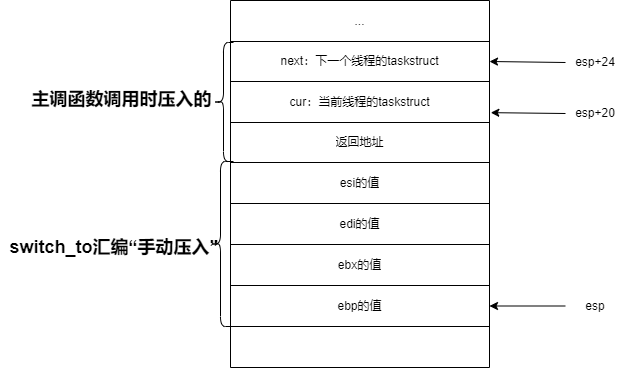
Above: OS/多线程调度.drawio.png in SixPlusAndTimes/drawio (draw.io), before the change. Source tidied: cells renumbered, new cells last; positions are measured from the earlier drawing's top-left corner, leaving out a move shared by most shapes.
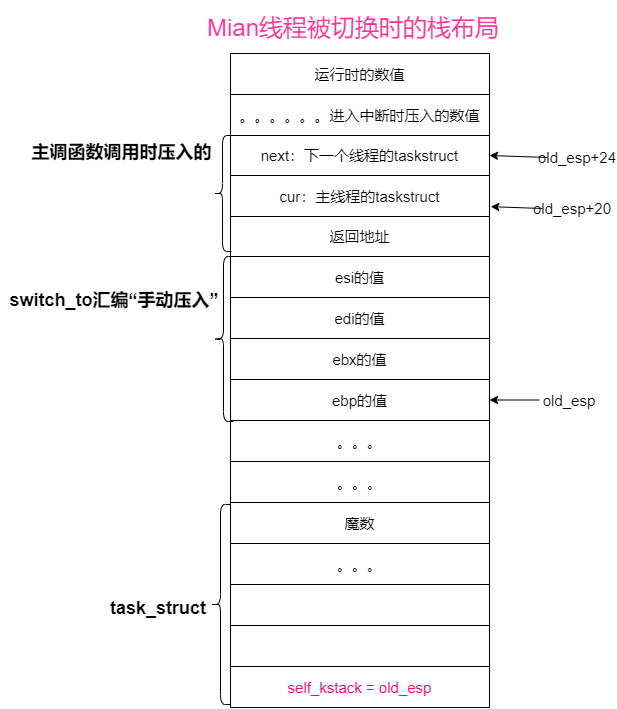
The same diagram one commit later.

Commit message:
Update 多线程调度.drawio.png

The edit, as a diff of the source:
```diff
@@ -2,92 +2,143 @@
   <root>
     <mxCell id="0" />
     <mxCell id="1" parent="0" />
-    <mxCell id="2" style="shape=table;startSize=0;" parent="1" vertex="1">
-      <mxGeometry x="171" width="259" height="367" as="geometry" />
+    <mxCell id="2" style="shape=table;startSize=0;fontSize=15;" parent="1" vertex="1">
+      <mxGeometry x="171" width="259" height="654" as="geometry" />
     </mxCell>
+    <mxCell id="31" style="shape=tableRow;horizontal=0;startSize=0;swimlaneHead=0;swimlaneBody=0;top=0;left=0;bottom=0;right=0;fillColor=none;fontSize=15;" parent="2" vertex="1">
+      <mxGeometry width="259" height="41" as="geometry" />
+    </mxCell>
+    <mxCell id="32" value="运行时的数值" style="shape=partialRectangle;html=1;whiteSpace=wrap;overflow=hidden;fillColor=none;top=0;left=0;bottom=0;right=0;fontSize=15;" parent="31" vertex="1">
+      <mxGeometry width="259" height="41" as="geometry" />
+    </mxCell>
-    <mxCell id="3" style="shape=tableRow;horizontal=0;startSize=0;swimlaneHead=0;swimlaneBody=0;top=0;left=0;bottom=0;right=0;fillColor=none;" parent="2" vertex="1">
-      <mxGeometry width="259" height="41" as="geometry" />
+    <mxCell id="3" style="shape=tableRow;horizontal=0;startSize=0;swimlaneHead=0;swimlaneBody=0;top=0;left=0;bottom=0;right=0;fillColor=none;fontSize=15;" parent="2" vertex="1">
+      <mxGeometry y="41" width="259" height="41" as="geometry" />
     </mxCell>
-    <mxCell id="4" value="..." style="shape=partialRectangle;html=1;whiteSpace=wrap;overflow=hidden;fillColor=none;top=0;left=0;bottom=0;right=0;" parent="3" vertex="1">
+    <mxCell id="4" value="。。。。。。进入中断时压入的数值" style="shape=partialRectangle;html=1;whiteSpace=wrap;overflow=hidden;fillColor=none;top=0;left=0;bottom=0;right=0;fontSize=15;" parent="3" vertex="1">
       <mxGeometry width="259" height="41" as="geometry" />
     </mxCell>
-    <mxCell id="5" style="shape=tableRow;horizontal=0;startSize=0;swimlaneHead=0;swimlaneBody=0;top=0;left=0;bottom=0;right=0;fillColor=none;points=[[0,0.5],[1,0.5]];portConstraint=eastwest;" parent="2" vertex="1">
-      <mxGeometry y="41" width="259" height="40" as="geometry" />
+    <mxCell id="5" style="shape=tableRow;horizontal=0;startSize=0;swimlaneHead=0;swimlaneBody=0;top=0;left=0;bottom=0;right=0;fillColor=none;points=[[0,0.5],[1,0.5]];portConstraint=eastwest;fontSize=15;" parent="2" vertex="1">
+      <mxGeometry y="82" width="259" height="40" as="geometry" />
     </mxCell>
-    <mxCell id="6" value="next：下一个线程的taskstruct" style="shape=partialRectangle;html=1;whiteSpace=wrap;overflow=hidden;fillColor=none;top=0;left=0;bottom=0;right=0;" parent="5" vertex="1">
+    <mxCell id="6" value="next：下一个线程的taskstruct" style="shape=partialRectangle;html=1;whiteSpace=wrap;overflow=hidden;fillColor=none;top=0;left=0;bottom=0;right=0;fontSize=15;" parent="5" vertex="1">
       <mxGeometry width="259" height="40" as="geometry" />
     </mxCell>
-    <mxCell id="7" style="shape=tableRow;horizontal=0;startSize=0;swimlaneHead=0;swimlaneBody=0;top=0;left=0;bottom=0;right=0;fillColor=none;points=[[0,0.5],[1,0.5]];portConstraint=eastwest;" parent="2" vertex="1">
-      <mxGeometry y="81" width="259" height="41" as="geometry" />
+    <mxCell id="7" style="shape=tableRow;horizontal=0;startSize=0;swimlaneHead=0;swimlaneBody=0;top=0;left=0;bottom=0;right=0;fillColor=none;points=[[0,0.5],[1,0.5]];portConstraint=eastwest;fontSize=15;" parent="2" vertex="1">
+      <mxGeometry y="122" width="259" height="41" as="geometry" />
     </mxCell>
-    <mxCell id="8" value="cur：当前线程的taskstruct" style="shape=partialRectangle;html=1;whiteSpace=wrap;overflow=hidden;fillColor=none;top=0;left=0;bottom=0;right=0;" parent="7" vertex="1">
+    <mxCell id="8" value="cur：主线程的taskstruct" style="shape=partialRectangle;html=1;whiteSpace=wrap;overflow=hidden;fillColor=none;top=0;left=0;bottom=0;right=0;fontSize=15;" parent="7" vertex="1">
       <mxGeometry width="259" height="41" as="geometry" />
     </mxCell>
-    <mxCell id="9" style="shape=tableRow;horizontal=0;startSize=0;swimlaneHead=0;swimlaneBody=0;top=0;left=0;bottom=0;right=0;fillColor=none;" parent="2" vertex="1">
-      <mxGeometry y="122" width="259" height="40" as="geometry" />
+    <mxCell id="9" style="shape=tableRow;horizontal=0;startSize=0;swimlaneHead=0;swimlaneBody=0;top=0;left=0;bottom=0;right=0;fillColor=none;fontSize=15;" parent="2" vertex="1">
+      <mxGeometry y="163" width="259" height="40" as="geometry" />
     </mxCell>
-    <mxCell id="10" value="返回地址" style="shape=partialRectangle;html=1;whiteSpace=wrap;overflow=hidden;fillColor=none;top=0;left=0;bottom=0;right=0;" parent="9" vertex="1">
+    <mxCell id="10" value="返回地址" style="shape=partialRectangle;html=1;whiteSpace=wrap;overflow=hidden;fillColor=none;top=0;left=0;bottom=0;right=0;fontSize=15;" parent="9" vertex="1">
       <mxGeometry width="259" height="40" as="geometry" />
     </mxCell>
-    <mxCell id="11" style="shape=tableRow;horizontal=0;startSize=0;swimlaneHead=0;swimlaneBody=0;top=0;left=0;bottom=0;right=0;fillColor=none;" parent="2" vertex="1">
-      <mxGeometry y="162" width="259" height="41" as="geometry" />
+    <mxCell id="11" style="shape=tableRow;horizontal=0;startSize=0;swimlaneHead=0;swimlaneBody=0;top=0;left=0;bottom=0;right=0;fillColor=none;fontSize=15;" parent="2" vertex="1">
+      <mxGeometry y="203" width="259" height="41" as="geometry" />
     </mxCell>
-    <mxCell id="12" value="esi的值" style="shape=partialRectangle;html=1;whiteSpace=wrap;overflow=hidden;fillColor=none;top=0;left=0;bottom=0;right=0;" parent="11" vertex="1">
+    <mxCell id="12" value="esi的值" style="shape=partialRectangle;html=1;whiteSpace=wrap;overflow=hidden;fillColor=none;top=0;left=0;bottom=0;right=0;fontSize=15;" parent="11" vertex="1">
       <mxGeometry width="259" height="41" as="geometry" />
     </mxCell>
-    <mxCell id="13" style="shape=tableRow;horizontal=0;startSize=0;swimlaneHead=0;swimlaneBody=0;top=0;left=0;bottom=0;right=0;fillColor=none;" parent="2" vertex="1">
-      <mxGeometry y="203" width="259" height="41" as="geometry" />
+    <mxCell id="13" style="shape=tableRow;horizontal=0;startSize=0;swimlaneHead=0;swimlaneBody=0;top=0;left=0;bottom=0;right=0;fillColor=none;fontSize=15;" parent="2" vertex="1">
+      <mxGeometry y="244" width="259" height="41" as="geometry" />
     </mxCell>
-    <mxCell id="14" value="&lt;span style=&quot;&quot;&gt;edi的值&lt;/span&gt;" style="shape=partialRectangle;html=1;whiteSpace=wrap;overflow=hidden;fillColor=none;top=0;left=0;bottom=0;right=0;" parent="13" vertex="1">
+    <mxCell id="14" value="&lt;span style=&quot;font-size: 15px;&quot;&gt;edi的值&lt;/span&gt;" style="shape=partialRectangle;html=1;whiteSpace=wrap;overflow=hidden;fillColor=none;top=0;left=0;bottom=0;right=0;fontSize=15;" parent="13" vertex="1">
       <mxGeometry width="259" height="41" as="geometry" />
     </mxCell>
-    <mxCell id="15" style="shape=tableRow;horizontal=0;startSize=0;swimlaneHead=0;swimlaneBody=0;top=0;left=0;bottom=0;right=0;fillColor=none;" parent="2" vertex="1">
-      <mxGeometry y="244" width="259" height="41" as="geometry" />
+    <mxCell id="15" style="shape=tableRow;horizontal=0;startSize=0;swimlaneHead=0;swimlaneBody=0;top=0;left=0;bottom=0;right=0;fillColor=none;fontSize=15;" parent="2" vertex="1">
+      <mxGeometry y="285" width="259" height="41" as="geometry" />
     </mxCell>
-    <mxCell id="16" value="ebx的值" style="shape=partialRectangle;html=1;whiteSpace=wrap;overflow=hidden;fillColor=none;top=0;left=0;bottom=0;right=0;" parent="15" vertex="1">
+    <mxCell id="16" value="ebx的值" style="shape=partialRectangle;html=1;whiteSpace=wrap;overflow=hidden;fillColor=none;top=0;left=0;bottom=0;right=0;fontSize=15;" parent="15" vertex="1">
       <mxGeometry width="259" height="41" as="geometry" />
     </mxCell>
-    <mxCell id="17" style="shape=tableRow;horizontal=0;startSize=0;swimlaneHead=0;swimlaneBody=0;top=0;left=0;bottom=0;right=0;fillColor=none;points=[[0,0.5],[1,0.5]];portConstraint=eastwest;" parent="2" vertex="1">
-      <mxGeometry y="285" width="259" height="41" as="geometry" />
+    <mxCell id="17" style="shape=tableRow;horizontal=0;startSize=0;swimlaneHead=0;swimlaneBody=0;top=0;left=0;bottom=0;right=0;fillColor=none;points=[[0,0.5],[1,0.5]];portConstraint=eastwest;fontSize=15;" parent="2" vertex="1">
+      <mxGeometry y="326" width="259" height="41" as="geometry" />
     </mxCell>
-    <mxCell id="18" value="ebp的值" style="shape=partialRectangle;html=1;whiteSpace=wrap;overflow=hidden;fillColor=none;top=0;left=0;bottom=0;right=0;" parent="17" vertex="1">
+    <mxCell id="18" value="ebp的值" style="shape=partialRectangle;html=1;whiteSpace=wrap;overflow=hidden;fillColor=none;top=0;left=0;bottom=0;right=0;fontSize=15;" parent="17" vertex="1">
       <mxGeometry width="259" height="41" as="geometry" />
     </mxCell>
-    <mxCell id="19" style="shape=tableRow;horizontal=0;startSize=0;swimlaneHead=0;swimlaneBody=0;top=0;left=0;bottom=0;right=0;fillColor=none;" parent="2" vertex="1">
-      <mxGeometry y="326" width="259" height="41" as="geometry" />
+    <mxCell id="19" style="shape=tableRow;horizontal=0;startSize=0;swimlaneHead=0;swimlaneBody=0;top=0;left=0;bottom=0;right=0;fillColor=none;fontSize=15;" parent="2" vertex="1">
+      <mxGeometry y="367" width="259" height="41" as="geometry" />
     </mxCell>
-    <mxCell id="20" style="shape=partialRectangle;html=1;whiteSpace=wrap;overflow=hidden;fillColor=none;top=0;left=0;bottom=0;right=0;" parent="19" vertex="1">
+    <mxCell id="20" value="。。。" style="shape=partialRectangle;html=1;whiteSpace=wrap;overflow=hidden;fillColor=none;top=0;left=0;bottom=0;right=0;fontSize=15;" parent="19" vertex="1">
       <mxGeometry width="259" height="41" as="geometry" />
     </mxCell>
+    <mxCell id="33" style="shape=tableRow;horizontal=0;startSize=0;swimlaneHead=0;swimlaneBody=0;top=0;left=0;bottom=0;right=0;fillColor=none;fontSize=15;" parent="2" vertex="1">
+      <mxGeometry y="408" width="259" height="41" as="geometry" />
+    </mxCell>
+    <mxCell id="34" value="。。。" style="shape=partialRectangle;html=1;whiteSpace=wrap;overflow=hidden;fillColor=none;top=0;left=0;bottom=0;right=0;fontSize=15;" parent="33" vertex="1">
+      <mxGeometry width="259" height="41" as="geometry" />
+    </mxCell>
+    <mxCell id="35" style="shape=tableRow;horizontal=0;startSize=0;swimlaneHead=0;swimlaneBody=0;top=0;left=0;bottom=0;right=0;fillColor=none;fontSize=15;" parent="2" vertex="1">
+      <mxGeometry y="449" width="259" height="41" as="geometry" />
+    </mxCell>
+    <mxCell id="36" value="魔数" style="shape=partialRectangle;html=1;whiteSpace=wrap;overflow=hidden;fillColor=none;top=0;left=0;bottom=0;right=0;fontSize=15;" parent="35" vertex="1">
+      <mxGeometry width="259" height="41" as="geometry" />
+    </mxCell>
+    <mxCell id="37" style="shape=tableRow;horizontal=0;startSize=0;swimlaneHead=0;swimlaneBody=0;top=0;left=0;bottom=0;right=0;fillColor=none;fontSize=15;" parent="2" vertex="1">
+      <mxGeometry y="490" width="259" height="41" as="geometry" />
+    </mxCell>
+    <mxCell id="38" value="。。。" style="shape=partialRectangle;html=1;whiteSpace=wrap;overflow=hidden;fillColor=none;top=0;left=0;bottom=0;right=0;fontSize=15;" parent="37" vertex="1">
+      <mxGeometry width="259" height="41" as="geometry" />
+    </mxCell>
+    <mxCell id="39" style="shape=tableRow;horizontal=0;startSize=0;swimlaneHead=0;swimlaneBody=0;top=0;left=0;bottom=0;right=0;fillColor=none;fontSize=15;" parent="2" vertex="1">
+      <mxGeometry y="531" width="259" height="41" as="geometry" />
+    </mxCell>
+    <mxCell id="40" style="shape=partialRectangle;html=1;whiteSpace=wrap;overflow=hidden;fillColor=none;top=0;left=0;bottom=0;right=0;fontSize=15;" parent="39" vertex="1">
+      <mxGeometry width="259" height="41" as="geometry" />
+    </mxCell>
+    <mxCell id="41" style="shape=tableRow;horizontal=0;startSize=0;swimlaneHead=0;swimlaneBody=0;top=0;left=0;bottom=0;right=0;fillColor=none;fontSize=15;" parent="2" vertex="1">
+      <mxGeometry y="572" width="259" height="41" as="geometry" />
+    </mxCell>
+    <mxCell id="42" style="shape=partialRectangle;html=1;whiteSpace=wrap;overflow=hidden;fillColor=none;top=0;left=0;bottom=0;right=0;fontSize=15;" parent="41" vertex="1">
+      <mxGeometry width="259" height="41" as="geometry" />
+    </mxCell>
+    <mxCell id="43" style="shape=tableRow;horizontal=0;startSize=0;swimlaneHead=0;swimlaneBody=0;top=0;left=0;bottom=0;right=0;fillColor=none;fontSize=15;" parent="2" vertex="1">
+      <mxGeometry y="613" width="259" height="41" as="geometry" />
+    </mxCell>
+    <mxCell id="44" value="&lt;font color=&quot;#ff0080&quot; style=&quot;font-size: 15px;&quot;&gt;self_kstack = old_esp&lt;/font&gt;" style="shape=partialRectangle;html=1;whiteSpace=wrap;overflow=hidden;fillColor=none;top=0;left=0;bottom=0;right=0;fontSize=15;" parent="43" vertex="1">
+      <mxGeometry width="259" height="41" as="geometry" />
+    </mxCell>
-    <mxCell id="21" style="edgeStyle=orthogonalEdgeStyle;rounded=0;jettySize=auto;html=1;exitX=0;exitY=0.5;exitDx=0;exitDy=0;entryX=1;entryY=0.5;entryDx=0;entryDy=0;" parent="1" edge="1" source="22" target="17">
+    <mxCell id="21" style="edgeStyle=orthogonalEdgeStyle;rounded=0;jettySize=auto;html=1;exitX=0;exitY=0.5;exitDx=0;exitDy=0;entryX=1;entryY=0.5;entryDx=0;entryDy=0;fontSize=15;" parent="1" edge="1" source="22" target="17">
       <mxGeometry relative="1" as="geometry" />
     </mxCell>
-    <mxCell id="22" value="esp" style="text;html=1;strokeColor=none;fillColor=none;align=center;verticalAlign=middle;whiteSpace=wrap;rounded=0;" parent="1" vertex="1">
-      <mxGeometry x="506" y="290.5" width="60" height="30" as="geometry" />
+    <mxCell id="22" value="old_esp" style="text;html=1;strokeColor=none;fillColor=none;align=center;verticalAlign=middle;whiteSpace=wrap;rounded=0;fontSize=15;" parent="1" vertex="1">
+      <mxGeometry x="480" y="331.5" width="60" height="30" as="geometry" />
     </mxCell>
-    <mxCell id="23" style="rounded=0;jettySize=auto;html=1;exitX=0;exitY=0.5;exitDx=0;exitDy=0;entryX=1.005;entryY=0.76;entryDx=0;entryDy=0;entryPerimeter=0;" parent="1" edge="1" source="24" target="7">
+    <mxCell id="23" style="rounded=0;jettySize=auto;html=1;exitX=0;exitY=0.5;exitDx=0;exitDy=0;entryX=1.005;entryY=0.76;entryDx=0;entryDy=0;entryPerimeter=0;fontSize=15;" parent="1" edge="1" source="24" target="7">
       <mxGeometry relative="1" as="geometry" />
     </mxCell>
-    <mxCell id="24" value="esp+20" style="text;html=1;strokeColor=none;fillColor=none;align=center;verticalAlign=middle;whiteSpace=wrap;rounded=0;" parent="1" vertex="1">
-      <mxGeometry x="506" y="98" width="60" height="30" as="geometry" />
+    <mxCell id="24" value="old_esp+20" style="text;html=1;strokeColor=none;fillColor=none;align=center;verticalAlign=middle;whiteSpace=wrap;rounded=0;fontSize=15;" parent="1" vertex="1">
+      <mxGeometry x="483" y="140" width="60" height="30" as="geometry" />
     </mxCell>
-    <mxCell id="25" style="edgeStyle=none;rounded=0;jettySize=auto;html=1;exitX=0;exitY=0.5;exitDx=0;exitDy=0;entryX=1;entryY=0.5;entryDx=0;entryDy=0;" parent="1" edge="1" source="26" target="5">
+    <mxCell id="25" style="edgeStyle=none;rounded=0;jettySize=auto;html=1;exitX=0;exitY=0.5;exitDx=0;exitDy=0;entryX=1;entryY=0.5;entryDx=0;entryDy=0;fontSize=15;" parent="1" edge="1" source="26" target="5">
       <mxGeometry relative="1" as="geometry" />
     </mxCell>
-    <mxCell id="26" value="esp+24" style="text;html=1;strokeColor=none;fillColor=none;align=center;verticalAlign=middle;whiteSpace=wrap;rounded=0;" parent="1" vertex="1">
-      <mxGeometry x="506" y="47" width="60" height="30" as="geometry" />
+    <mxCell id="26" value="old_esp+24" style="text;html=1;strokeColor=none;fillColor=none;align=center;verticalAlign=middle;whiteSpace=wrap;rounded=0;fontSize=15;" parent="1" vertex="1">
+      <mxGeometry x="488" y="89" width="60" height="30" as="geometry" />
     </mxCell>
     <mxCell id="27" style="shape=curlyBracket;whiteSpace=wrap;html=1;rounded=1;size=0.5;" parent="1" vertex="1">
-      <mxGeometry x="154" y="42" width="20" height="119" as="geometry" />
+      <mxGeometry x="154" y="82" width="18" height="116" as="geometry" />
     </mxCell>
     <mxCell id="28" value="&lt;font style=&quot;font-size: 18px;&quot;&gt;主调函数调用时压入的&lt;/font&gt;" style="text;strokeColor=none;fillColor=none;html=1;fontSize=24;fontStyle=1;verticalAlign=middle;align=center;" parent="1" vertex="1">
       <mxGeometry x="12" y="77" width="100" height="40" as="geometry" />
     </mxCell>
     <mxCell id="29" style="shape=curlyBracket;whiteSpace=wrap;html=1;rounded=1;fontSize=18;" parent="1" vertex="1">
-      <mxGeometry x="151" y="161" width="20" height="165" as="geometry" />
+      <mxGeometry x="154" y="203" width="20" height="165" as="geometry" />
     </mxCell>
     <mxCell id="30" value="&lt;h3 style=&quot;box-sizing: border-box; break-after: avoid-page; break-inside: avoid; orphans: 4; margin: 1.6em auto 1.2em; position: relative; line-height: 1.43; cursor: text; padding-left: 9px; border-color: var(--focus-color); font-family: &amp;quot;Source Sans Pro&amp;quot;, &amp;quot;等距更纱黑体 SC&amp;quot;, &amp;quot;Helvetica Neue&amp;quot;, Arial, sans-serif; text-align: start;&quot; class=&quot;md-end-block md-heading md-focus&quot;&gt;&lt;span style=&quot;box-sizing: border-box;&quot; class=&quot;md-plain md-expand&quot;&gt;&lt;font style=&quot;font-size: 18px;&quot;&gt;switch_to汇编“手动压入”&lt;/font&gt;&lt;/span&gt;&lt;/h3&gt;" style="text;strokeColor=none;fillColor=none;html=1;fontSize=24;fontStyle=1;verticalAlign=middle;align=center;" parent="1" vertex="1">
       <mxGeometry y="218" width="100" height="40" as="geometry" />
     </mxCell>
+    <mxCell id="45" style="shape=curlyBracket;whiteSpace=wrap;html=1;rounded=1;" parent="1" vertex="1">
+      <mxGeometry x="151" y="451" width="20" height="200" as="geometry" />
+    </mxCell>
+    <mxCell id="46" value="&lt;h3 style=&quot;box-sizing: border-box; break-after: avoid-page; break-inside: avoid; orphans: 4; margin: 1.6em auto 1.2em; position: relative; line-height: 1.43; cursor: text; padding-left: 9px; border-color: var(--focus-color); font-family: &amp;quot;Source Sans Pro&amp;quot;, &amp;quot;等距更纱黑体 SC&amp;quot;, &amp;quot;Helvetica Neue&amp;quot;, Arial, sans-serif; text-align: start;&quot; class=&quot;md-end-block md-heading md-focus&quot;&gt;&lt;span style=&quot;font-size: 18px;&quot;&gt;task_struct&lt;/span&gt;&lt;/h3&gt;" style="text;strokeColor=none;fillColor=none;html=1;fontSize=24;fontStyle=1;verticalAlign=middle;align=center;" parent="1" vertex="1">
+      <mxGeometry x="44" y="526" width="100" height="40" as="geometry" />
+    </mxCell>
+    <mxCell id="47" value="&lt;font color=&quot;#ff3399&quot; style=&quot;font-size: 24px;&quot;&gt;Mian线程被切换时的栈布局&lt;/font&gt;" style="text;html=1;strokeColor=none;fillColor=none;align=center;verticalAlign=middle;whiteSpace=wrap;rounded=0;" parent="1" vertex="1">
+      <mxGeometry x="67" y="-53" width="454" height="57" as="geometry" />
+    </mxCell>
   </root>
 </mxGraphModel>
```
